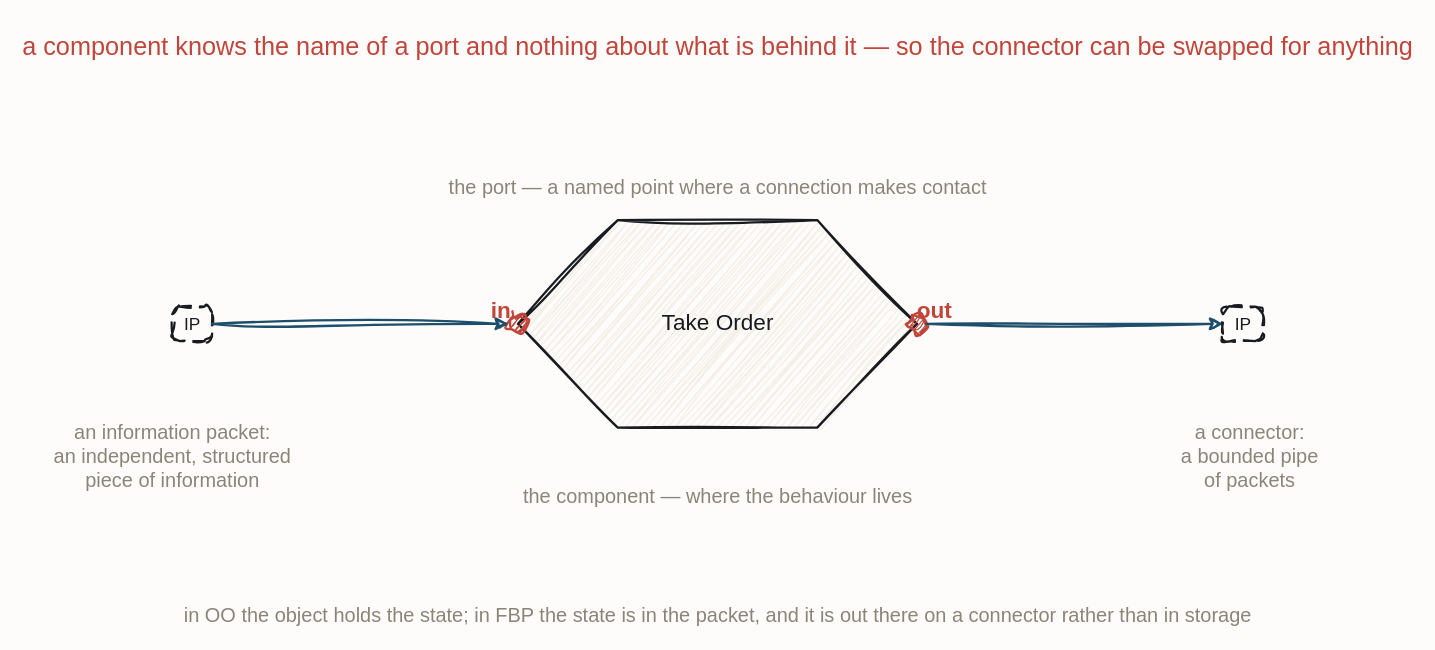
iancooper/practical-messaging keeps this draw.io diagram as resources/flow-fbp-component.drawio. Above is the earlier version. Source tidied: cells renumbered, new cells numbered last; positions are measured from the earlier drawing's top-left corner, leaving out a move shared by most shapes. Both pictures are drawn from the tidied source at 133%, with x=0, y=0 at pixel (92, 23).
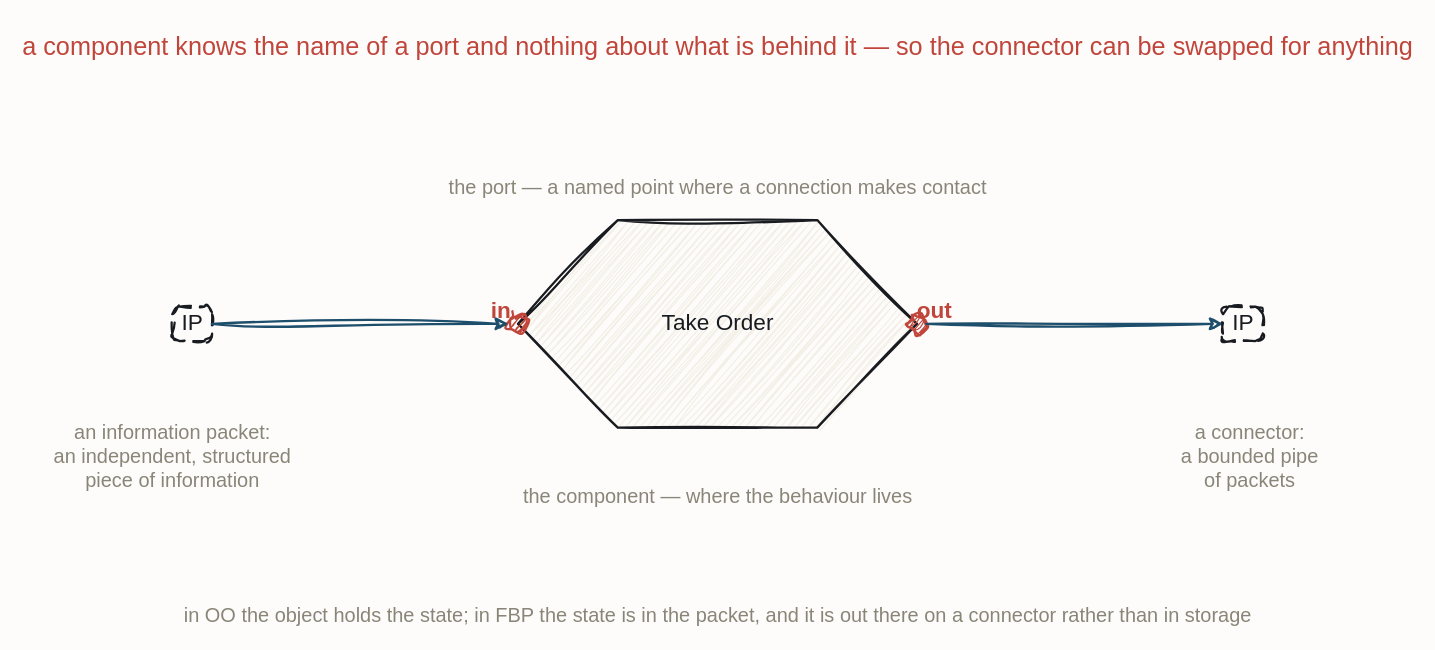
The same page after the edit.

Diff of the diagram source:
```diff
@@
 <mxGraphModel background="#FDFCFA">
   <root>
     <mxCell id="0" />
     <mxCell id="1" parent="0" />
     <mxCell id="2" value="a component knows the name of a port and nothing about what is behind it — so the connector can be swapped for anything" style="text;html=1;align=center;fontFamily=Caveat;fontSize=19;fontColor=#C0453B;" parent="1" vertex="1">
       <mxGeometry x="410" width="120" height="20" as="geometry" />
     </mxCell>
     <mxCell id="3" value="Take Order" style="sketch=1;hachureGap=4;jiggle=2;curveFitting=1;fontFamily=Caveat;html=1;shape=hexagon;perimeter=hexagonPerimeter2;strokeColor=#181B1F;strokeWidth=1.7;fillColor=#F3EFE6;fontColor=#181B1F;fontSize=17;" parent="1" vertex="1">
       <mxGeometry x="320" y="148" width="300" height="156" as="geometry" />
     </mxCell>
     <mxCell id="4" style="sketch=1;hachureGap=4;jiggle=2;curveFitting=1;fontFamily=Caveat;html=1;ellipse;verticalLabelPosition=bottom;verticalAlign=top;strokeColor=#C0453B;strokeWidth=1.7;fillColor=#C0453B;fontColor=#C0453B;fontSize=14;" parent="1" vertex="1">
       <mxGeometry x="313" y="219" width="14" height="14" as="geometry" />
     </mxCell>
     <mxCell id="5" value="in" style="text;html=1;align=center;fontFamily=Caveat;fontSize=17;fontColor=#C0453B;fontStyle=1;" parent="1" vertex="1">
       <mxGeometry x="247" y="200" width="120" height="20" as="geometry" />
     </mxCell>
     <mxCell id="6" style="sketch=1;hachureGap=4;jiggle=2;curveFitting=1;fontFamily=Caveat;html=1;ellipse;verticalLabelPosition=bottom;verticalAlign=top;strokeColor=#C0453B;strokeWidth=1.7;fillColor=#C0453B;fontColor=#C0453B;fontSize=14;" parent="1" vertex="1">
       <mxGeometry x="613" y="219" width="14" height="14" as="geometry" />
     </mxCell>
     <mxCell id="7" value="out" style="text;html=1;align=center;fontFamily=Caveat;fontSize=17;fontColor=#C0453B;fontStyle=1;" parent="1" vertex="1">
       <mxGeometry x="573" y="200" width="120" height="20" as="geometry" />
     </mxCell>
-    <mxCell id="8" value="IP" style="sketch=1;hachureGap=4;jiggle=2;curveFitting=1;fontFamily=Caveat;html=1;rounded=1;arcSize=22;dashed=1;dashPattern=5 4;strokeColor=#181B1F;strokeWidth=1.7;fillColor=#FDFCFA;fontColor=#181B1F;fontSize=13;" parent="1" vertex="1">
+    <mxCell id="8" value="IP" style="sketch=1;hachureGap=4;jiggle=2;curveFitting=1;fontFamily=Caveat;html=1;rounded=1;arcSize=22;dashed=1;dashPattern=5 4;strokeColor=#181B1F;strokeWidth=1.7;fillColor=#FDFCFA;fontColor=#181B1F;fontSize=17;" parent="1" vertex="1">
       <mxGeometry x="60" y="213" width="30" height="26" as="geometry" />
     </mxCell>
-    <mxCell id="9" value="IP" style="sketch=1;hachureGap=4;jiggle=2;curveFitting=1;fontFamily=Caveat;html=1;rounded=1;arcSize=22;dashed=1;dashPattern=5 4;strokeColor=#181B1F;strokeWidth=1.7;fillColor=#FDFCFA;fontColor=#181B1F;fontSize=13;" parent="1" vertex="1">
+    <mxCell id="9" value="IP" style="sketch=1;hachureGap=4;jiggle=2;curveFitting=1;fontFamily=Caveat;html=1;rounded=1;arcSize=22;dashed=1;dashPattern=5 4;strokeColor=#181B1F;strokeWidth=1.7;fillColor=#FDFCFA;fontColor=#181B1F;fontSize=17;" parent="1" vertex="1">
       <mxGeometry x="850" y="213" width="30" height="26" as="geometry" />
     </mxCell>
     <mxCell id="10" value="the component — where the behaviour lives" style="text;html=1;align=center;fontFamily=Caveat;fontSize=15;fontColor=#8A8578;" parent="1" vertex="1">
       <mxGeometry x="410" y="340" width="120" height="20" as="geometry" />
     </mxCell>
     <mxCell id="11" value="an information packet:&#10;an independent, structured&#10;piece of information" style="text;html=1;align=center;fontFamily=Caveat;fontSize=15;fontColor=#8A8578;" parent="1" vertex="1">
       <mxGeometry y="292" width="120" height="20" as="geometry" />
     </mxCell>
     <mxCell id="12" value="a connector:&#10;a bounded pipe&#10;of packets" style="text;html=1;align=center;fontFamily=Caveat;fontSize=15;fontColor=#8A8578;" parent="1" vertex="1">
       <mxGeometry x="810" y="292" width="120" height="20" as="geometry" />
     </mxCell>
     <mxCell id="13" value="the port — a named point where a connection makes contact" style="text;html=1;align=center;fontFamily=Caveat;fontSize=15;fontColor=#8A8578;" parent="1" vertex="1">
       <mxGeometry x="410" y="108" width="120" height="20" as="geometry" />
     </mxCell>
     <mxCell id="14" value="in OO the object holds the state; in FBP the state is in the packet, and it is out there on a connector rather than in storage" style="text;html=1;align=center;fontFamily=Caveat;fontSize=15;fontColor=#8A8578;" parent="1" vertex="1">
       <mxGeometry x="410" y="430" width="120" height="20" as="geometry" />
     </mxCell>
-    <mxCell id="15" style="sketch=1;jiggle=2;curveFitting=1;edgeStyle=none;rounded=0;strokeColor=#1D4E6B;strokeWidth=1.8;fontFamily=Caveat;fontSize=15;fontColor=#1D4E6B;html=1;exitX=1.0;exitY=0.5;exitDx=0;exitDy=0;entryX=0.0;entryY=0.5;entryDx=0;entryDy=0;" parent="1" edge="1" source="8" target="4">
+    <mxCell id="15" style="sketch=1;jiggle=2;curveFitting=1;edgeStyle=none;rounded=0;strokeColor=#1D4E6B;strokeWidth=1.8;fontFamily=Caveat;fontSize=17;fontColor=#1D4E6B;html=1;exitX=1.0;exitY=0.5;exitDx=0;exitDy=0;entryX=0.0;entryY=0.5;entryDx=0;entryDy=0;" parent="1" edge="1" source="8" target="4">
       <mxGeometry relative="1" as="geometry" />
     </mxCell>
-    <mxCell id="16" style="sketch=1;jiggle=2;curveFitting=1;edgeStyle=none;rounded=0;strokeColor=#1D4E6B;strokeWidth=1.8;fontFamily=Caveat;fontSize=15;fontColor=#1D4E6B;html=1;exitX=1.0;exitY=0.5;exitDx=0;exitDy=0;entryX=0.0;entryY=0.5;entryDx=0;entryDy=0;" parent="1" edge="1" source="6" target="9">
+    <mxCell id="16" style="sketch=1;jiggle=2;curveFitting=1;edgeStyle=none;rounded=0;strokeColor=#1D4E6B;strokeWidth=1.8;fontFamily=Caveat;fontSize=17;fontColor=#1D4E6B;html=1;exitX=1.0;exitY=0.5;exitDx=0;exitDy=0;entryX=0.0;entryY=0.5;entryDx=0;entryDy=0;" parent="1" edge="1" source="6" target="9">
       <mxGeometry relative="1" as="geometry" />
     </mxCell>
   </root>
 </mxGraphModel>
```
